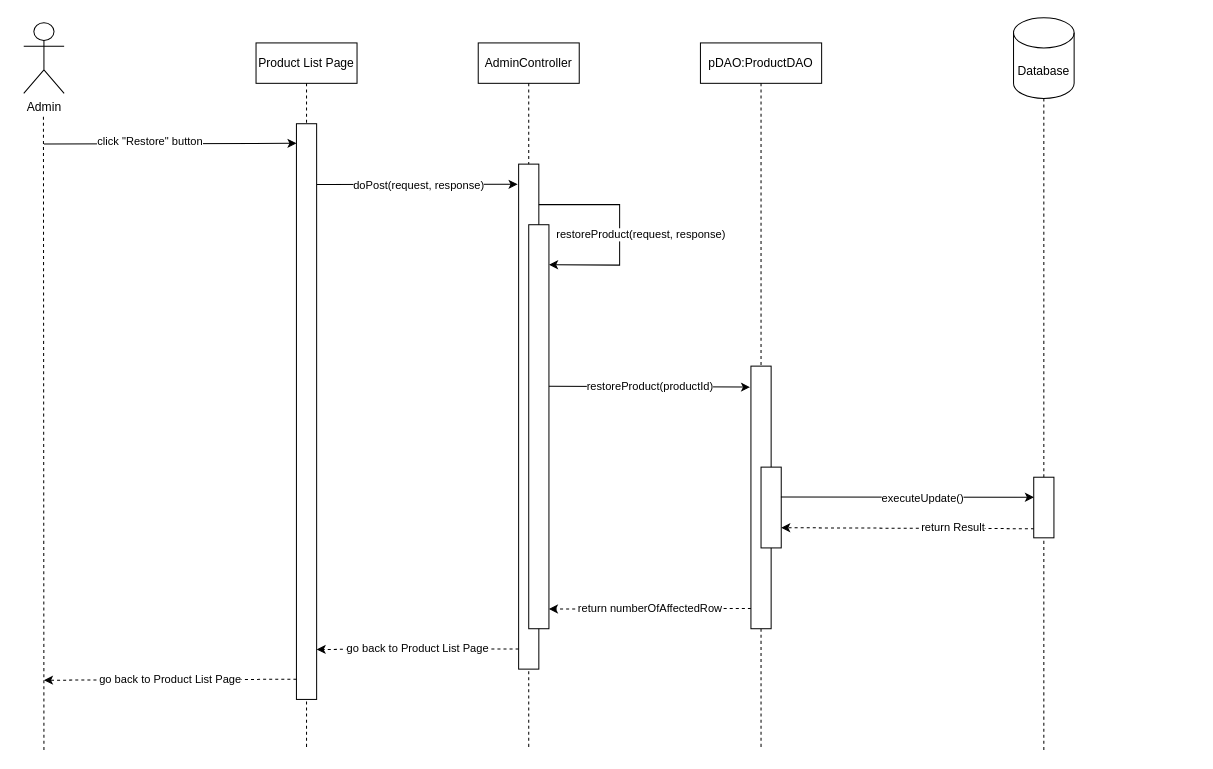
Earlier version of the draw.io diagram document/SDS/4. Update product’s quantity in cart/Sequence_Diagram/UpdateProduct’sQuantityInCartSequenceDiagram.drawio (QuocZuong/perfume-store). Source tidied: cells renumbered, new cells numbered last; positions are measured from the earlier drawing's top-left corner, leaving out a move shared by most shapes. Both pictures are drawn from the tidied source at 101%, with x=0, y=0 at pixel (23, 17).
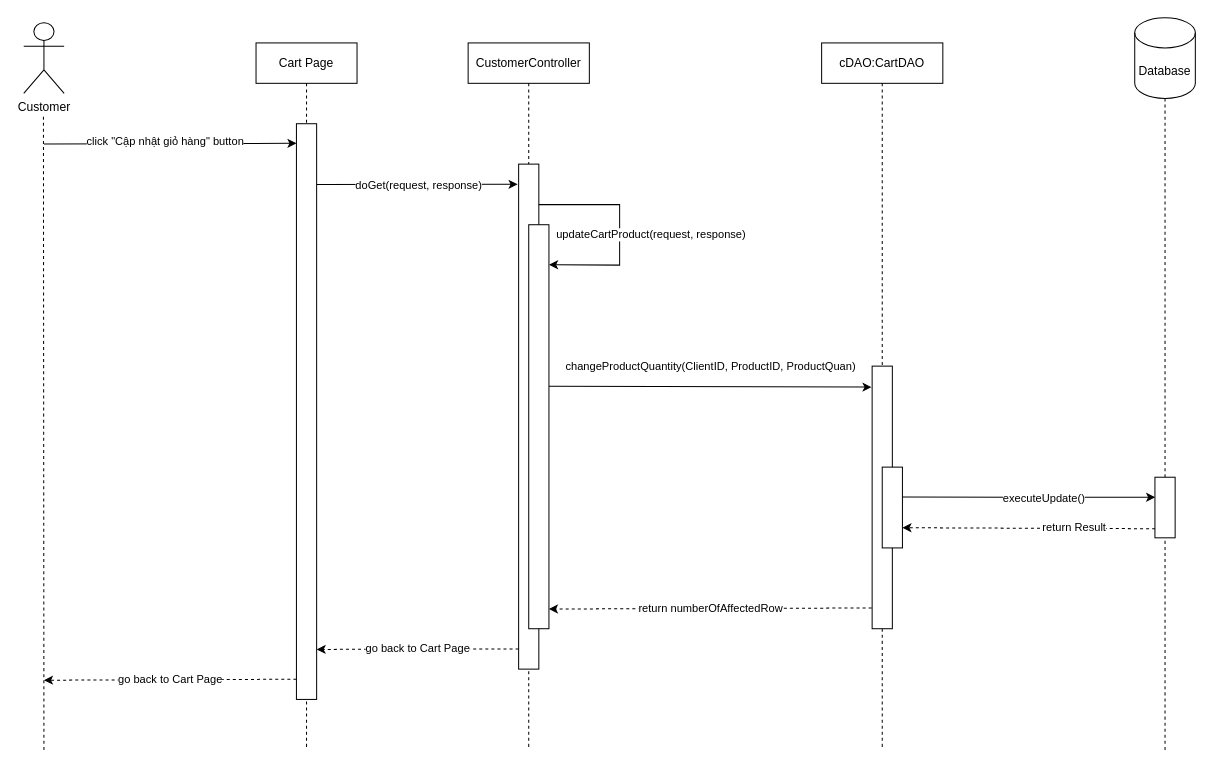
After the change.

The change refers to these unchanged cells:
```xml
<mxCell id="8" style="endArrow=classic;html=1;rounded=0;entryX=-0.05;entryY=0.024;entryDx=0;entryDy=0;entryPerimeter=0;" parent="1" edge="1">
  <mxGeometry relative="1" as="geometry">
    <mxPoint x="290" y="165.1" as="sourcePoint" />
    <mxPoint x="489" y="165" as="targetPoint" />
  </mxGeometry>
</mxCell>
<mxCell id="10" style="endArrow=classic;html=1;rounded=0;entryX=0.005;entryY=0.034;entryDx=0;entryDy=0;entryPerimeter=0;" parent="1" edge="1" target="15">
  <mxGeometry relative="1" as="geometry">
    <mxPoint x="20" y="125" as="sourcePoint" />
  </mxGeometry>
</mxCell>
<mxCell id="17" style="endArrow=classic;html=1;rounded=0;entryX=1.006;entryY=0.099;entryDx=0;entryDy=0;entryPerimeter=0;" parent="1" edge="1" target="16">
  <mxGeometry relative="1" as="geometry">
    <mxPoint x="510" y="185.1" as="sourcePoint" />
    <Array as="points">
      <mxPoint x="590" y="185" />
      <mxPoint x="590" y="245" />
    </Array>
  </mxGeometry>
</mxCell>
```

Diff of the diagram source:
```diff
@@
     <mxCell id="3" value="Database" style="shape=cylinder3;whiteSpace=wrap;html=1;boundedLbl=1;backgroundOutline=1;size=15;" parent="1" vertex="1">
-      <mxGeometry x="980" width="60" height="80" as="geometry" />
+      <mxGeometry x="1100" width="60" height="80" as="geometry" />
     </mxCell>
-    <mxCell id="4" value="Admin" style="shape=umlActor;verticalLabelPosition=bottom;verticalAlign=top;html=1;" parent="1" vertex="1">
+    <mxCell id="4" value="Customer" style="shape=umlActor;verticalLabelPosition=bottom;verticalAlign=top;html=1;" parent="1" vertex="1">
       <mxGeometry y="5" width="40" height="70" as="geometry" />
     </mxCell>
@@
-    <mxCell id="6" value="AdminController" style="shape=umlLifeline;perimeter=lifelinePerimeter;whiteSpace=wrap;html=1;newEdgeStyle={&quot;curved&quot;:0,&quot;rounded&quot;:0};" parent="1" vertex="1">
-      <mxGeometry x="450" y="25" width="100" height="700" as="geometry" />
+    <mxCell id="6" value="CustomerController" style="shape=umlLifeline;perimeter=lifelinePerimeter;whiteSpace=wrap;html=1;newEdgeStyle={&quot;curved&quot;:0,&quot;rounded&quot;:0};" parent="1" vertex="1">
+      <mxGeometry x="440" y="25" width="120" height="700" as="geometry" />
     </mxCell>
-    <mxCell id="7" value="pDAO:ProductDAO" style="shape=umlLifeline;perimeter=lifelinePerimeter;whiteSpace=wrap;html=1;newEdgeStyle={&quot;curved&quot;:0,&quot;rounded&quot;:0};" parent="1" vertex="1">
-      <mxGeometry x="670" y="25" width="120" height="700" as="geometry" />
+    <mxCell id="7" value="cDAO:CartDAO" style="shape=umlLifeline;perimeter=lifelinePerimeter;whiteSpace=wrap;html=1;newEdgeStyle={&quot;curved&quot;:0,&quot;rounded&quot;:0};" parent="1" vertex="1">
+      <mxGeometry x="790" y="25" width="120" height="700" as="geometry" />
     </mxCell>
@@
-    <mxCell id="9" value="doPost(request, response)" style="edgeLabel;html=1;align=center;verticalAlign=middle;" parent="8" vertex="1">
+    <mxCell id="9" value="doGet(request, response)" style="edgeLabel;html=1;align=center;verticalAlign=middle;" parent="8" vertex="1">
       <mxGeometry x="0.09" relative="1" as="geometry">
         <mxPoint x="-7" as="offset" />
       </mxGeometry>
     </mxCell>
@@
-    <mxCell id="11" value="click &quot;Restore&quot; button" style="edgeLabel;html=1;align=center;verticalAlign=middle;" parent="10" vertex="1">
-      <mxGeometry x="-0.16" y="2" relative="1" as="geometry" />
+    <mxCell id="11" value="click &quot;Cập nhật giỏ hàng&quot; button" style="edgeLabel;html=1;align=center;verticalAlign=middle;" parent="10" vertex="1">
+      <mxGeometry x="-0.16" y="2" relative="1" as="geometry">
+        <mxPoint x="15" as="offset" />
+      </mxGeometry>
     </mxCell>
@@
     <mxCell id="13" style="rounded=0;whiteSpace=wrap;html=1;" parent="1" vertex="1">
-      <mxGeometry x="720" y="345" width="20" height="260" as="geometry" />
+      <mxGeometry x="840" y="345" width="20" height="260" as="geometry" />
     </mxCell>
-    <mxCell id="14" value="Product List Page" style="shape=umlLifeline;perimeter=lifelinePerimeter;whiteSpace=wrap;html=1;newEdgeStyle={&quot;curved&quot;:0,&quot;rounded&quot;:0};" parent="1" vertex="1">
+    <mxCell id="14" value="Cart Page" style="shape=umlLifeline;perimeter=lifelinePerimeter;whiteSpace=wrap;html=1;newEdgeStyle={&quot;curved&quot;:0,&quot;rounded&quot;:0};" parent="1" vertex="1">
       <mxGeometry x="230" y="25" width="100" height="700" as="geometry" />
     </mxCell>
@@
-    <mxCell id="18" value="restoreProduct(request, response)" style="edgeLabel;html=1;align=center;verticalAlign=middle;" parent="17" vertex="1">
+    <mxCell id="18" value="updateCartProduct(request, response)" style="edgeLabel;html=1;align=center;verticalAlign=middle;" parent="17" vertex="1">
       <mxGeometry x="0.09" relative="1" as="geometry">
-        <mxPoint x="20" y="-4" as="offset" />
+        <mxPoint x="30" y="-4" as="offset" />
       </mxGeometry>
     </mxCell>
-    <mxCell id="19" value="restoreProduct(productId)" style="endArrow=classic;html=1;rounded=0;exitX=1.033;exitY=0.265;exitDx=0;exitDy=0;exitPerimeter=0;entryX=-0.011;entryY=0.194;entryDx=0;entryDy=0;entryPerimeter=0;" parent="1" edge="1">
-      <mxGeometry relative="1" as="geometry">
+    <mxCell id="19" value="changeProductQuantity(ClientID, ProductID, ProductQuan)" style="endArrow=classic;html=1;rounded=0;exitX=1.033;exitY=0.265;exitDx=0;exitDy=0;exitPerimeter=0;entryX=-0.029;entryY=0.08;entryDx=0;entryDy=0;entryPerimeter=0;" parent="1" edge="1" target="13">
+      <mxGeometry y="20" relative="1" as="geometry">
         <mxPoint x="520" y="365" as="sourcePoint" />
-        <mxPoint x="719.1" y="365.8" as="targetPoint" />
       </mxGeometry>
     </mxCell>
     <mxCell id="20" style="rounded=0;whiteSpace=wrap;html=1;" parent="1" vertex="1">
-      <mxGeometry x="730" y="445" width="20" height="80" as="geometry" />
+      <mxGeometry x="850" y="445" width="20" height="80" as="geometry" />
     </mxCell>
-    <mxCell id="21" value="return numberOfAffectedRow" style="endArrow=classic;html=1;rounded=0;dashed=1;exitX=0.005;exitY=0.82;exitDx=0;exitDy=0;exitPerimeter=0;" parent="1" edge="1">
+    <mxCell id="21" value="return numberOfAffectedRow" style="endArrow=classic;html=1;rounded=0;dashed=1;exitX=-0.022;exitY=0.921;exitDx=0;exitDy=0;exitPerimeter=0;" parent="1" edge="1" source="13">
       <mxGeometry relative="1" as="geometry">
-        <mxPoint x="720" y="585" as="sourcePoint" />
         <mxPoint x="520" y="585.5" as="targetPoint" />
       </mxGeometry>
     </mxCell>
-    <mxCell id="22" value="go back to Product List Page" style="endArrow=classic;html=1;rounded=0;dashed=1;exitX=0.005;exitY=0.82;exitDx=0;exitDy=0;exitPerimeter=0;" parent="1" edge="1">
+    <mxCell id="22" value="go back to Cart Page" style="endArrow=classic;html=1;rounded=0;dashed=1;exitX=0.005;exitY=0.82;exitDx=0;exitDy=0;exitPerimeter=0;" parent="1" edge="1">
       <mxGeometry relative="1" as="geometry">
         <mxPoint x="490" y="625" as="sourcePoint" />
         <mxPoint x="290" y="625.5" as="targetPoint" />
       </mxGeometry>
     </mxCell>
@@
-    <mxCell id="25" value="go back to Product List Page" style="endArrow=classic;html=1;rounded=0;dashed=1;exitX=0.005;exitY=0.82;exitDx=0;exitDy=0;exitPerimeter=0;" parent="1" edge="1">
+    <mxCell id="25" value="go back to Cart Page" style="endArrow=classic;html=1;rounded=0;dashed=1;exitX=0.005;exitY=0.82;exitDx=0;exitDy=0;exitPerimeter=0;" parent="1" edge="1">
       <mxGeometry relative="1" as="geometry">
         <mxPoint x="270" y="655" as="sourcePoint" />
         <mxPoint x="20" y="656" as="targetPoint" />
       </mxGeometry>
     </mxCell>
     <mxCell id="26" style="endArrow=none;dashed=1;html=1;rounded=0;" parent="1" edge="1" target="27">
       <mxGeometry relative="1" as="geometry">
-        <mxPoint x="1010" y="725" as="sourcePoint" />
+        <mxPoint x="1130" y="725" as="sourcePoint" />
       </mxGeometry>
     </mxCell>
     <mxCell id="27" style="rounded=0;whiteSpace=wrap;html=1;" parent="1" vertex="1">
-      <mxGeometry x="1000" y="455" width="20" height="60" as="geometry" />
+      <mxGeometry x="1120" y="455" width="20" height="60" as="geometry" />
     </mxCell>
```
